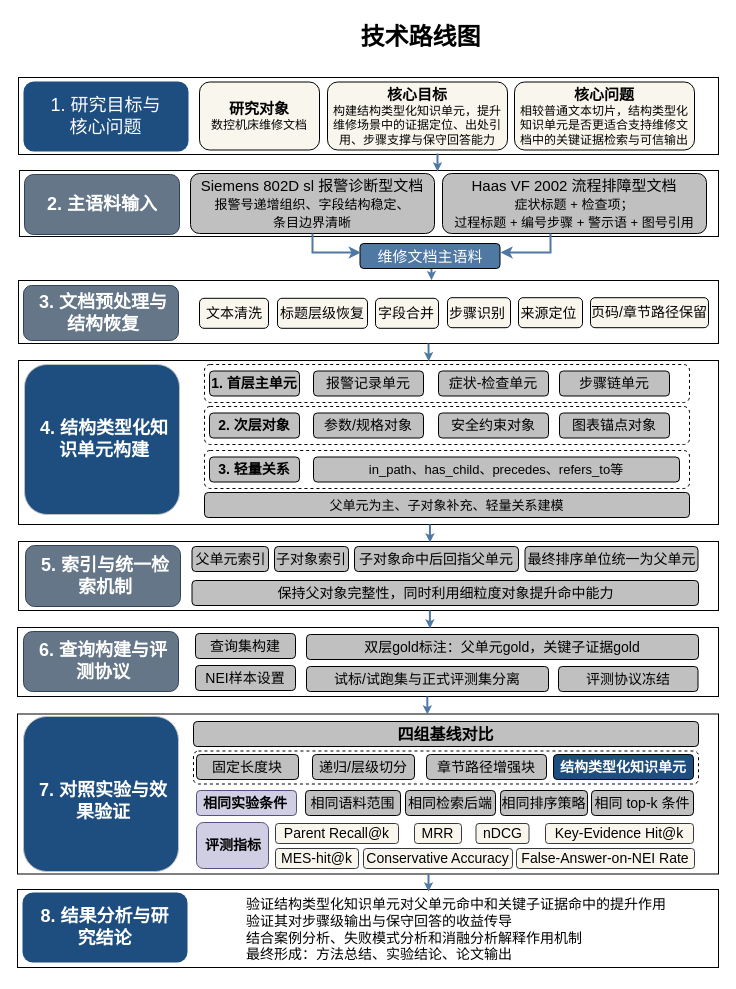
handsome-tony/picture keeps this draw.io diagram as 20260324技术路线图.drawio. Above is the earlier version. Source tidied: cells renumbered, new cells numbered last; positions are measured from the earlier drawing's top-left corner, leaving out a move shared by most shapes. Both pictures are drawn from the tidied source at 100%, with x=0, y=0 at pixel (17, 17).
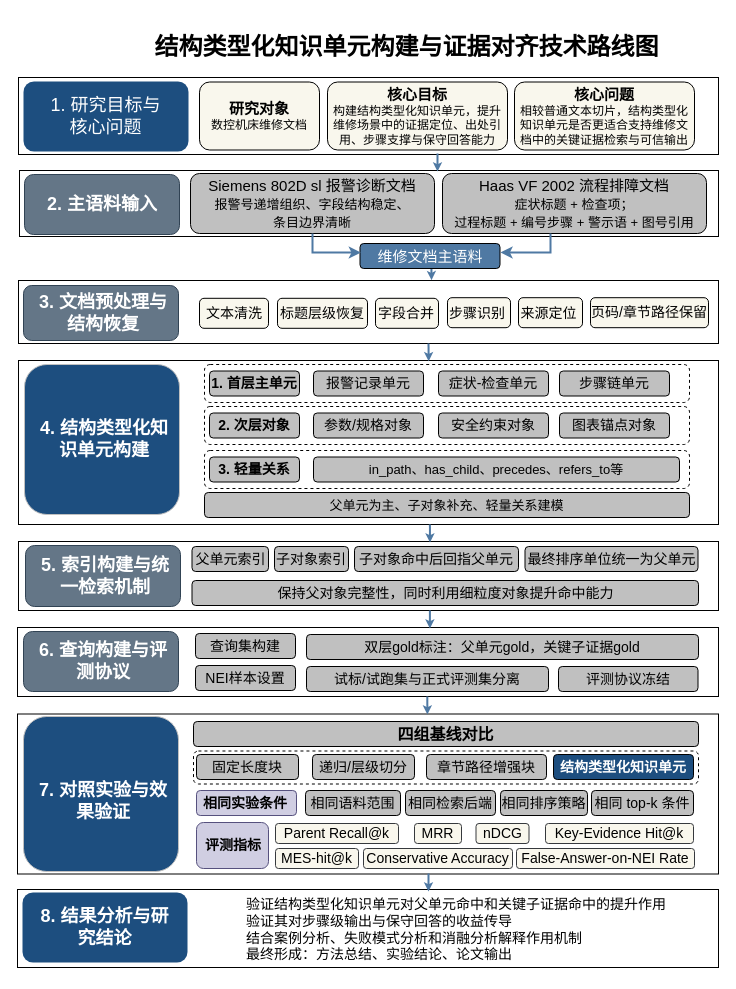
Above is the later version.

Commit message (it also covers changes not shown here):
更新20260324技术路线图.drawio

What changed in the source:
```diff
@@
-    <mxCell id="18" value="技术路线图" style="text;strokeColor=none;fillColor=none;align=center;verticalAlign=middle;rounded=0;fontSize=24;fontStyle=1;fontColor=#000000;whiteSpace=wrap;" parent="1" vertex="1">
-      <mxGeometry x="294.5" width="217" height="40" as="geometry" />
+    <mxCell id="18" value="结构类型化知识单元构建与证据对齐技术路线图" style="text;strokeColor=none;fillColor=none;align=center;verticalAlign=middle;rounded=0;fontSize=24;fontStyle=1;fontColor=#000000;whiteSpace=wrap;" parent="1" vertex="1">
+      <mxGeometry x="125.5" y="10" width="526.5" height="40" as="geometry" />
     </mxCell>
@@
-    <mxCell id="24" value="&lt;font style=&quot;color: rgb(0, 0, 0);&quot;&gt;Siemens 802D sl 报警诊断型文档&lt;br&gt;&lt;font style=&quot;font-size: 13px&quot;&gt;报警号递增组织、字段结构稳定、&lt;br&gt;条目边界清晰&lt;/font&gt;&lt;/font&gt;" style="rounded=1;whiteSpace=wrap;html=1;fillColor=#C0C0C0;strokeColor=default;align=center;fontColor=#FFFFFF;fontSize=15;spacing=5;padding-left:10;padding-right:10;" parent="1" vertex="1">
+    <mxCell id="24" value="&lt;font style=&quot;color: rgb(0, 0, 0);&quot;&gt;Siemens 802D sl 报警诊断文档&lt;br&gt;&lt;font style=&quot;font-size: 13px&quot;&gt;报警号递增组织、字段结构稳定、&lt;br&gt;条目边界清晰&lt;/font&gt;&lt;/font&gt;" style="rounded=1;whiteSpace=wrap;html=1;fillColor=#C0C0C0;strokeColor=default;align=center;fontColor=#FFFFFF;fontSize=15;spacing=5;padding-left:10;padding-right:10;" parent="1" vertex="1">
       <mxGeometry x="173" y="156" width="244" height="60" as="geometry" />
     </mxCell>
-    <mxCell id="25" value="&lt;font style=&quot;color: rgb(0, 0, 0);&quot;&gt;Haas VF 2002 流程排障型文档&lt;br&gt;&lt;font style=&quot;font-size: 13px&quot;&gt;症状标题 + 检查项；&lt;br&gt;过程标题 + 编号步骤 + 警示语 + 图号引用&lt;/font&gt;&lt;/font&gt;" style="rounded=1;whiteSpace=wrap;html=1;fillColor=#C0C0C0;strokeColor=default;align=center;fontColor=#FFFFFF;fontSize=15;spacing=5;padding-left:10;padding-right:10;" parent="1" vertex="1">
+    <mxCell id="25" value="&lt;font style=&quot;color: rgb(0, 0, 0);&quot;&gt;Haas VF 2002 流程排障文档&lt;br&gt;&lt;font style=&quot;font-size: 13px&quot;&gt;症状标题 + 检查项；&lt;br&gt;过程标题 + 编号步骤 + 警示语 + 图号引用&lt;/font&gt;&lt;/font&gt;" style="rounded=1;whiteSpace=wrap;html=1;fillColor=#C0C0C0;strokeColor=default;align=center;fontColor=#FFFFFF;fontSize=15;spacing=5;padding-left:10;padding-right:10;" parent="1" vertex="1">
       <mxGeometry x="425" y="156" width="264" height="60" as="geometry" />
     </mxCell>
@@
-    <mxCell id="42" value="5. 索引与统一检索机制" style="text;strokeColor=none;fillColor=none;align=center;verticalAlign=middle;fontColor=#FFFFFF;fontSize=18;fontStyle=1;whiteSpace=wrap;" parent="1" vertex="1">
+    <mxCell id="42" value="5. 索引构建与统一检索机制" style="text;strokeColor=none;fillColor=none;align=center;verticalAlign=middle;fontColor=#FFFFFF;fontSize=18;fontStyle=1;whiteSpace=wrap;" parent="1" vertex="1">
       <mxGeometry x="23" y="539" width="130" height="40" as="geometry" />
     </mxCell>
```
